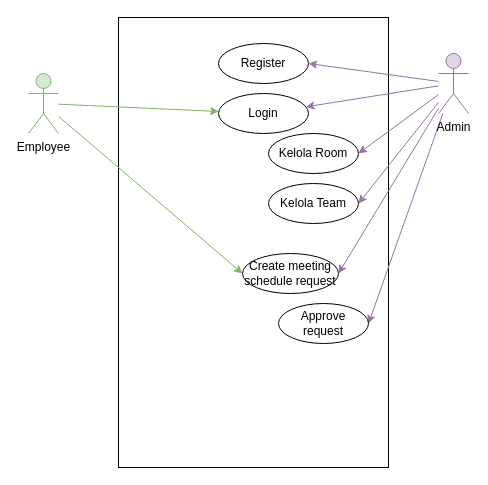
MCC-Java/Meeting-Schedule-Laila-Khoirun-Nisa keeps this draw.io diagram as page "UseCase" (2 of 3) of meetingsceduler.drawio. Above is the earlier version. Source tidied: cells renumbered, new cells numbered last; positions are measured from the earlier drawing's top-left corner, leaving out a move shared by most shapes. Both pictures are drawn from the tidied source at 100%, with x=0, y=0 at pixel (28, 17).
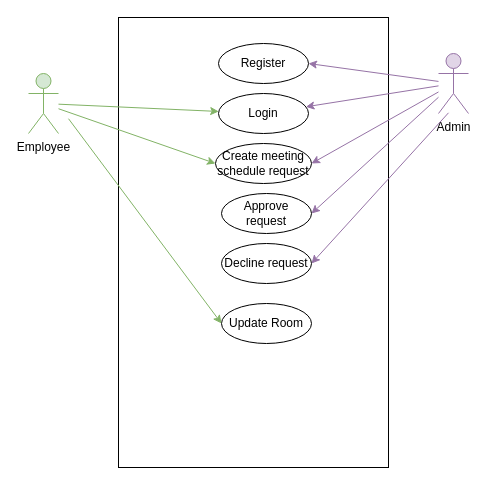
Above is the later version.

Unchanged cells that the change refers to:
```xml
<mxCell id="16" value="Admin" style="shape=umlActor;verticalLabelPosition=bottom;verticalAlign=top;html=1;outlineConnect=0;fillColor=#e1d5e7;strokeColor=#9673a6;" parent="1" vertex="1">
  <mxGeometry x="410" y="36" width="30" height="60" as="geometry" />
</mxCell>
```

What changed in the source:
```diff
@@
     <mxCell id="8" value="Create meeting schedule request" style="ellipse;whiteSpace=wrap;html=1;" parent="1" vertex="1">
-      <mxGeometry x="214" y="236" width="96" height="40" as="geometry" />
+      <mxGeometry x="187" y="126" width="96" height="40" as="geometry" />
     </mxCell>
-    <mxCell id="9" value="Kelola Room" style="ellipse;whiteSpace=wrap;html=1;" parent="1" vertex="1">
-      <mxGeometry x="240" y="116" width="90" height="40" as="geometry" />
-    </mxCell>
@@
-    <mxCell id="11" style="edgeStyle=none;rounded=0;jettySize=auto;html=1;entryX=1;entryY=0.5;entryDx=0;entryDy=0;fillColor=#e1d5e7;strokeColor=#9673a6;" parent="1" edge="1" source="16" target="9">
-      <mxGeometry relative="1" as="geometry" />
-    </mxCell>
-    <mxCell id="12" style="edgeStyle=none;rounded=0;jettySize=auto;html=1;entryX=1;entryY=0.5;entryDx=0;entryDy=0;fillColor=#e1d5e7;strokeColor=#9673a6;" parent="1" edge="1" source="16" target="17">
-      <mxGeometry relative="1" as="geometry" />
-    </mxCell>
@@
-    <mxCell id="17" value="Kelola Team" style="ellipse;whiteSpace=wrap;html=1;" parent="1" vertex="1">
-      <mxGeometry x="240" y="166" width="90" height="40" as="geometry" />
-    </mxCell>
     <mxCell id="18" value="Approve request" style="ellipse;whiteSpace=wrap;html=1;" parent="1" vertex="1">
-      <mxGeometry x="250" y="286" width="90" height="40" as="geometry" />
+      <mxGeometry x="193" y="176" width="90" height="40" as="geometry" />
     </mxCell>
+    <mxCell id="19" value="Decline request" style="ellipse;whiteSpace=wrap;html=1;" parent="1" vertex="1">
+      <mxGeometry x="193" y="226" width="90" height="40" as="geometry" />
+    </mxCell>
+    <mxCell id="20" style="edgeStyle=none;rounded=0;jettySize=auto;html=1;entryX=1;entryY=0.5;entryDx=0;entryDy=0;startArrow=none;startFill=0;endArrow=classic;endFill=1;fillColor=#e1d5e7;strokeColor=#9673a6;" parent="1" edge="1" target="19">
+      <mxGeometry relative="1" as="geometry">
+        <mxPoint x="420" y="95.3" as="sourcePoint" />
+      </mxGeometry>
+    </mxCell>
+    <mxCell id="21" value="Update Room" style="ellipse;whiteSpace=wrap;html=1;" parent="1" vertex="1">
+      <mxGeometry x="193" y="286" width="90" height="40" as="geometry" />
+    </mxCell>
+    <mxCell id="22" style="edgeStyle=none;rounded=0;jettySize=auto;html=1;entryX=0;entryY=0.5;entryDx=0;entryDy=0;fillColor=#d5e8d4;strokeColor=#82b366;" parent="1" edge="1" target="21">
+      <mxGeometry relative="1" as="geometry">
+        <mxPoint x="40" y="101.2" as="sourcePoint" />
+      </mxGeometry>
+    </mxCell>
```
